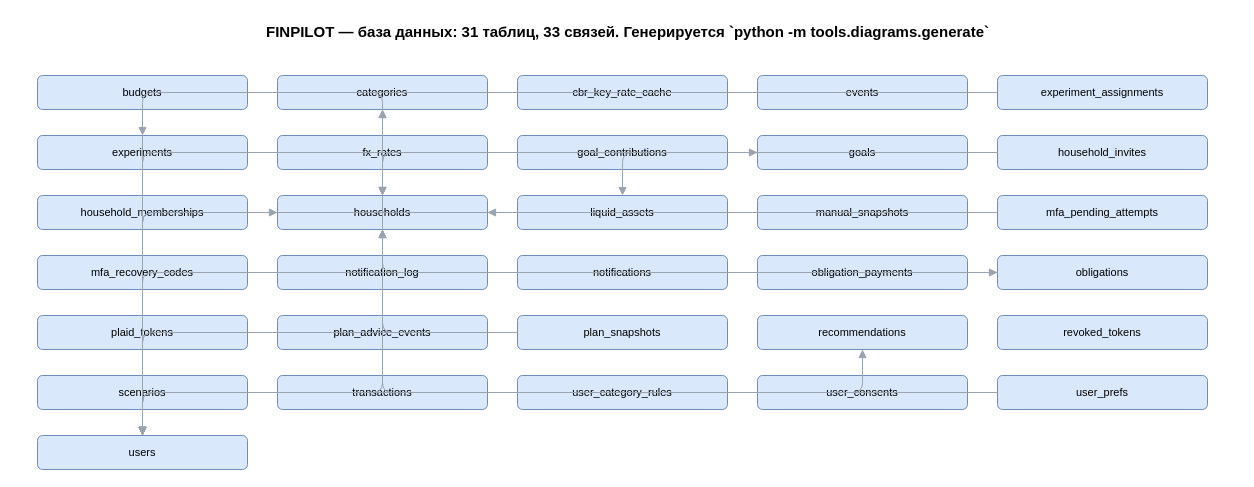
The draw.io diagram docs/diagrams/10_er_database.drawio in vevdokimovm/personal-finance-dss, before the edit. Source tidied: cells renumbered, new cells numbered last; positions are measured from the earlier drawing's top-left corner, leaving out a move shared by most shapes. Both pictures are drawn from the tidied source at 100%, with x=0, y=0 at pixel (17, 17).
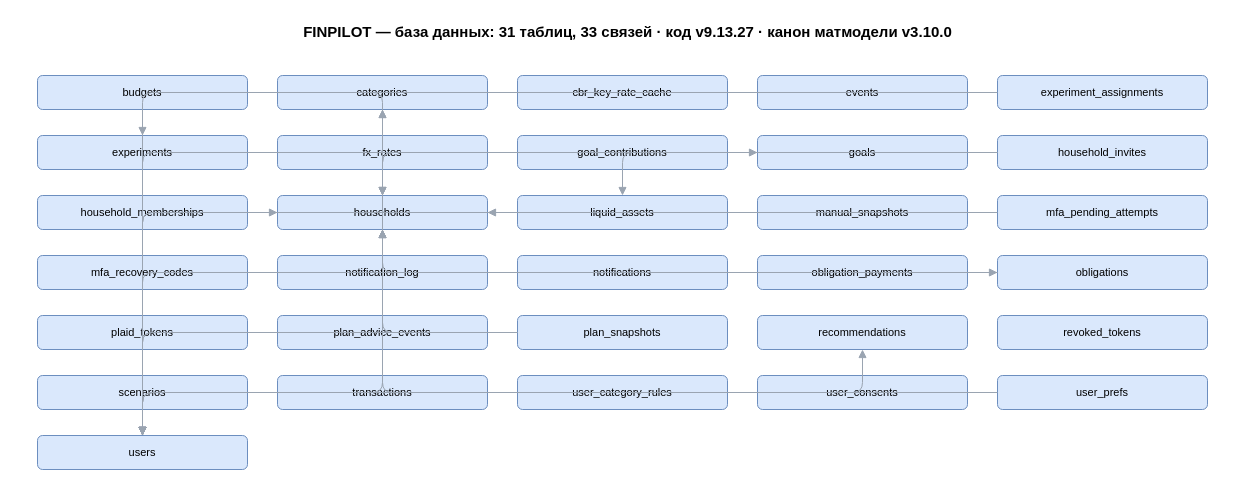
After the change.

The edit, as a diff of the source:
```diff
@@
-    <mxCell id="2" value="FINPILOT — база данных: 31 таблиц, 33 связей. Генерируется `python -m tools.diagrams.generate`" style="text;html=1;strokeColor=none;fillColor=none;align=center;verticalAlign=middle;fontSize=15;fontStyle=1;" parent="1" vertex="1">
+    <mxCell id="2" value="FINPILOT — база данных: 31 таблиц, 33 связей · код v9.13.27 · канон матмодели v3.10.0" style="text;html=1;strokeColor=none;fillColor=none;align=center;verticalAlign=middle;fontSize=15;fontStyle=1;" parent="1" vertex="1">
       <mxGeometry width="1220" height="28" as="geometry" />
     </mxCell>
```
